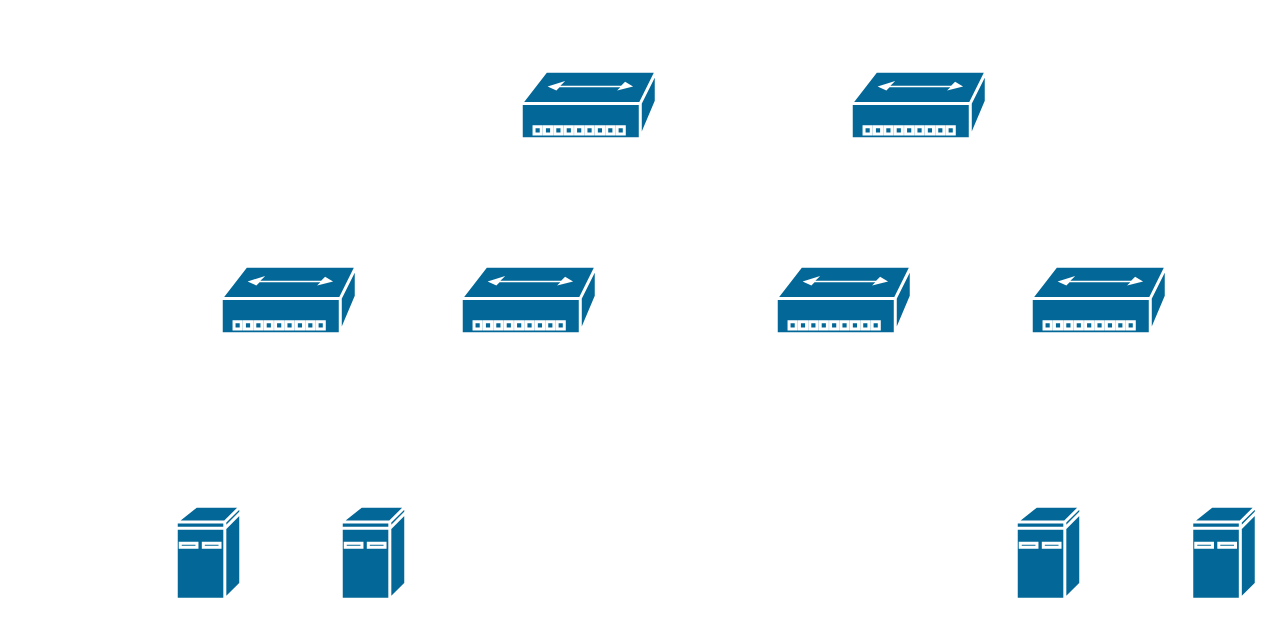
This is ib-h100.drawio from hel-2000/network-draw, a draw.io file, before an edit. Source tidied: cells renumbered, new cells numbered last; positions are measured from the earlier drawing's top-left corner, leaving out a move shared by most shapes. Both pictures are drawn from the tidied source at 150%, with x=0, y=0 at pixel (176, 70).
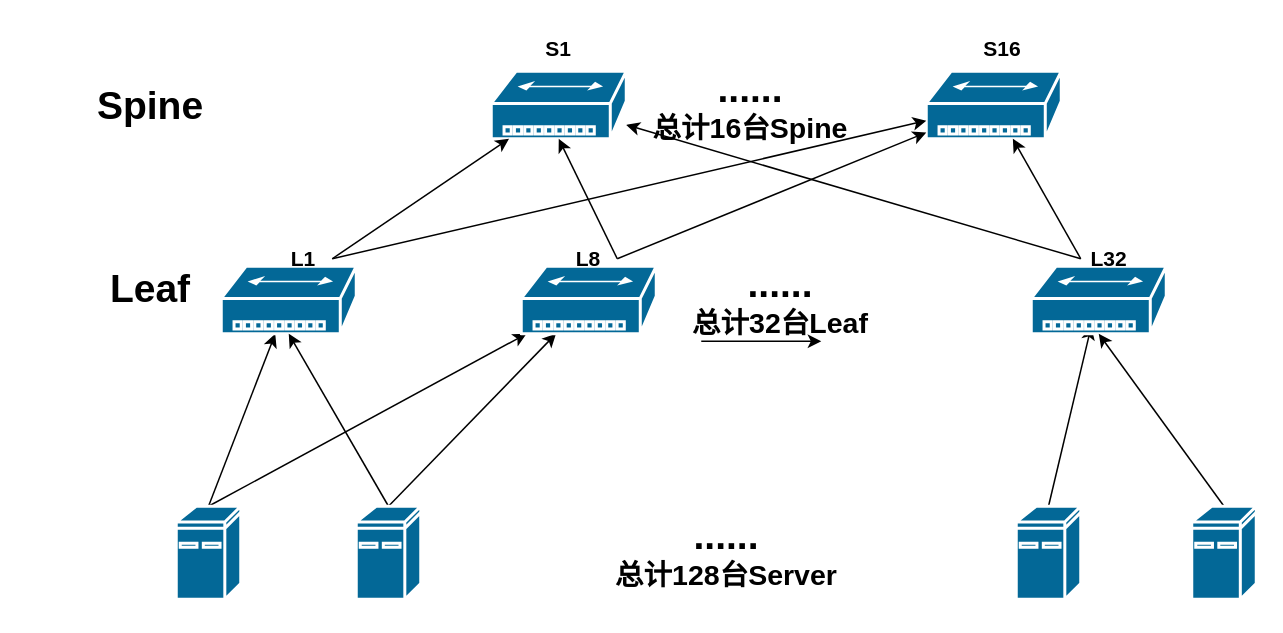
The same page after the edit.

Unchanged cells that the change refers to:
```xml
<mxCell id="2" style="shape=mxgraph.cisco.computers_and_peripherals.ibm_mini_as400;sketch=0;html=1;dashed=0;fillColor=#036897;strokeColor=#ffffff;strokeWidth=2;verticalLabelPosition=bottom;verticalAlign=top;align=center;outlineConnect=0;" parent="1" vertex="1">
  <mxGeometry y="290" width="43" height="62" as="geometry" />
</mxCell>
<mxCell id="3" style="shape=mxgraph.cisco.hubs_and_gateways.small_hub;sketch=0;html=1;dashed=0;fillColor=#036897;strokeColor=#ffffff;strokeWidth=2;verticalLabelPosition=bottom;verticalAlign=top;align=center;outlineConnect=0;" parent="1" vertex="1">
  <mxGeometry x="30" y="130" width="90" height="45" as="geometry" />
</mxCell>
<mxCell id="6" style="shape=mxgraph.cisco.computers_and_peripherals.ibm_mini_as400;sketch=0;html=1;dashed=0;fillColor=#036897;strokeColor=#ffffff;strokeWidth=2;verticalLabelPosition=bottom;verticalAlign=top;align=center;outlineConnect=0;" parent="1" vertex="1">
  <mxGeometry x="560" y="290" width="43" height="62" as="geometry" />
</mxCell>
<mxCell id="9" style="shape=mxgraph.cisco.hubs_and_gateways.small_hub;sketch=0;html=1;dashed=0;fillColor=#036897;strokeColor=#ffffff;strokeWidth=2;verticalLabelPosition=bottom;verticalAlign=top;align=center;outlineConnect=0;" parent="1" vertex="1">
  <mxGeometry x="570" y="130" width="90" height="45" as="geometry" />
</mxCell>
<mxCell id="11" style="shape=mxgraph.cisco.computers_and_peripherals.ibm_mini_as400;sketch=0;html=1;dashed=0;fillColor=#036897;strokeColor=#ffffff;strokeWidth=2;verticalLabelPosition=bottom;verticalAlign=top;align=center;outlineConnect=0;" parent="1" vertex="1">
  <mxGeometry x="677" y="290" width="43" height="62" as="geometry" />
</mxCell>
```

Diff of the diagram source:
```diff
@@
+    <mxCell id="12" style="rounded=0;jettySize=auto;html=1;exitX=0.5;exitY=0;exitDx=0;exitDy=0;exitPerimeter=0;entryX=1;entryY=1;entryDx=0;entryDy=0;" parent="1" edge="1" source="2" target="22">
+      <mxGeometry relative="1" as="geometry" />
+    </mxCell>
+    <mxCell id="13" style="rounded=0;jettySize=auto;html=1;exitX=0.5;exitY=0;exitDx=0;exitDy=0;exitPerimeter=0;" parent="1" edge="1" source="2" target="24">
+      <mxGeometry relative="1" as="geometry" />
+    </mxCell>
@@
-    <mxCell id="4" style="shape=mxgraph.cisco.hubs_and_gateways.small_hub;sketch=0;html=1;dashed=0;fillColor=#036897;strokeColor=#ffffff;strokeWidth=2;verticalLabelPosition=bottom;verticalAlign=top;align=center;" parent="1" vertex="1">
-      <mxGeometry x="190" y="130" width="90" height="45" as="geometry" />
-    </mxCell>
+    <mxCell id="14" style="rounded=0;jettySize=auto;html=1;exitX=0.5;exitY=0;exitDx=0;exitDy=0;exitPerimeter=0;entryX=0.5;entryY=1;entryDx=0;entryDy=0;entryPerimeter=0;" parent="1" edge="1" source="5" target="3">
+      <mxGeometry relative="1" as="geometry" />
+    </mxCell>
+    <mxCell id="15" style="rounded=0;jettySize=auto;html=1;exitX=0.5;exitY=0;exitDx=0;exitDy=0;exitPerimeter=0;" parent="1" edge="1" source="5" target="24">
+      <mxGeometry relative="1" as="geometry" />
+    </mxCell>
     <mxCell id="5" style="shape=mxgraph.cisco.computers_and_peripherals.ibm_mini_as400;sketch=0;html=1;dashed=0;fillColor=#036897;strokeColor=#ffffff;strokeWidth=2;verticalLabelPosition=bottom;verticalAlign=top;align=center;outlineConnect=0;" parent="1" vertex="1">
-      <mxGeometry x="110" y="290" width="43" height="62" as="geometry" />
+      <mxGeometry x="120" y="290" width="43" height="62" as="geometry" />
     </mxCell>
+    <mxCell id="16" style="rounded=0;jettySize=auto;html=1;exitX=0.5;exitY=0;exitDx=0;exitDy=0;exitPerimeter=0;" parent="1" edge="1" source="6">
+      <mxGeometry relative="1" as="geometry">
+        <mxPoint x="610" y="170" as="targetPoint" />
+      </mxGeometry>
+    </mxCell>
@@
-    <mxCell id="7" style="shape=mxgraph.cisco.hubs_and_gateways.small_hub;sketch=0;html=1;dashed=0;fillColor=#036897;strokeColor=#ffffff;strokeWidth=2;verticalLabelPosition=bottom;verticalAlign=top;align=center;" parent="1" vertex="1">
-      <mxGeometry x="400" y="130" width="90" height="45" as="geometry" />
-    </mxCell>
     <mxCell id="8" style="shape=mxgraph.cisco.hubs_and_gateways.small_hub;sketch=0;html=1;dashed=0;fillColor=#036897;strokeColor=#ffffff;strokeWidth=2;verticalLabelPosition=bottom;verticalAlign=top;align=center;outlineConnect=0;" parent="1" vertex="1">
-      <mxGeometry x="230" width="90" height="45" as="geometry" />
+      <mxGeometry x="210" width="90" height="45" as="geometry" />
     </mxCell>
@@
     <mxCell id="10" style="shape=mxgraph.cisco.hubs_and_gateways.small_hub;sketch=0;html=1;dashed=0;fillColor=#036897;strokeColor=#ffffff;strokeWidth=2;verticalLabelPosition=bottom;verticalAlign=top;align=center;outlineConnect=0;" parent="1" vertex="1">
-      <mxGeometry x="450" width="90" height="45" as="geometry" />
+      <mxGeometry x="500" width="90" height="45" as="geometry" />
     </mxCell>
+    <mxCell id="17" style="rounded=0;jettySize=auto;html=1;exitX=0.5;exitY=0;exitDx=0;exitDy=0;exitPerimeter=0;entryX=0.5;entryY=1;entryDx=0;entryDy=0;entryPerimeter=0;" parent="1" edge="1" source="11" target="9">
+      <mxGeometry relative="1" as="geometry" />
+    </mxCell>
@@
+    <mxCell id="18" value="&lt;b style=&quot;&quot;&gt;&lt;span style=&quot;font-size: 26px;&quot;&gt;......&lt;/span&gt;&lt;br&gt;&lt;font style=&quot;font-size: 19px;&quot;&gt;总计128台Server&lt;/font&gt;&lt;/b&gt;" style="text;strokeColor=none;align=center;fillColor=none;html=1;verticalAlign=middle;whiteSpace=wrap;rounded=0;" parent="1" vertex="1">
+      <mxGeometry x="244" y="284" width="246" height="74" as="geometry" />
+    </mxCell>
+    <mxCell id="19" value="&lt;b style=&quot;&quot;&gt;&lt;span style=&quot;font-size: 26px;&quot;&gt;......&lt;/span&gt;&lt;br&gt;&lt;font style=&quot;font-size: 19px;&quot;&gt;总计32台Leaf&lt;/font&gt;&lt;/b&gt;" style="text;strokeColor=none;align=center;fillColor=none;html=1;verticalAlign=middle;whiteSpace=wrap;rounded=0;" parent="1" vertex="1">
+      <mxGeometry x="280" y="115" width="246" height="75" as="geometry" />
+    </mxCell>
+    <mxCell id="20" value="&lt;b style=&quot;&quot;&gt;&lt;span style=&quot;font-size: 26px;&quot;&gt;......&lt;/span&gt;&lt;br&gt;&lt;font style=&quot;font-size: 19px;&quot;&gt;总计16台Spine&lt;/font&gt;&lt;/b&gt;" style="text;strokeColor=none;align=center;fillColor=none;html=1;verticalAlign=middle;whiteSpace=wrap;rounded=0;" parent="1" vertex="1">
+      <mxGeometry x="300" y="-7.5" width="166" height="60" as="geometry" />
+    </mxCell>
+    <mxCell id="21" value="&lt;span style=&quot;font-size: 26px;&quot;&gt;&lt;b&gt;Spine&lt;/b&gt;&lt;/span&gt;" style="text;strokeColor=none;align=center;fillColor=none;html=1;verticalAlign=middle;whiteSpace=wrap;rounded=0;" parent="1" vertex="1">
+      <mxGeometry x="-100" y="-7.5" width="166" height="60" as="geometry" />
+    </mxCell>
+    <mxCell id="22" value="&lt;span style=&quot;font-size: 26px;&quot;&gt;&lt;b&gt;Leaf&lt;/b&gt;&lt;/span&gt;" style="text;strokeColor=none;align=center;fillColor=none;html=1;verticalAlign=middle;whiteSpace=wrap;rounded=0;" parent="1" vertex="1">
+      <mxGeometry x="-100" y="115" width="166" height="60" as="geometry" />
+    </mxCell>
+    <mxCell id="23" style="edgeStyle=none;orthogonalLoop=1;jettySize=auto;html=1;rounded=0;" parent="1" edge="1">
+      <mxGeometry relative="1" as="geometry">
+        <mxPoint x="350" y="180" as="sourcePoint" />
+        <mxPoint x="430" y="180" as="targetPoint" />
+      </mxGeometry>
+    </mxCell>
+    <mxCell id="24" style="shape=mxgraph.cisco.hubs_and_gateways.small_hub;sketch=0;html=1;dashed=0;fillColor=#036897;strokeColor=#ffffff;strokeWidth=2;verticalLabelPosition=bottom;verticalAlign=top;align=center;outlineConnect=0;" parent="1" vertex="1">
+      <mxGeometry x="230" y="130" width="90" height="45" as="geometry" />
+    </mxCell>
+    <mxCell id="25" style="rounded=0;jettySize=auto;html=1;exitX=1;exitY=0.5;exitDx=0;exitDy=0;" parent="1" edge="1" source="27" target="8">
+      <mxGeometry relative="1" as="geometry" />
+    </mxCell>
+    <mxCell id="26" style="rounded=0;jettySize=auto;html=1;exitX=1;exitY=0.5;exitDx=0;exitDy=0;" parent="1" edge="1" source="27" target="10">
+      <mxGeometry relative="1" as="geometry" />
+    </mxCell>
+    <mxCell id="27" value="&lt;b style=&quot;&quot;&gt;&lt;font style=&quot;font-size: 14px;&quot;&gt;L1&lt;/font&gt;&lt;/b&gt;" style="text;strokeColor=none;align=center;fillColor=none;html=1;verticalAlign=middle;whiteSpace=wrap;rounded=0;" parent="1" vertex="1">
+      <mxGeometry x="66" y="110" width="38" height="30" as="geometry" />
+    </mxCell>
+    <mxCell id="28" style="rounded=0;jettySize=auto;html=1;exitX=1;exitY=0.5;exitDx=0;exitDy=0;entryX=0.5;entryY=1;entryDx=0;entryDy=0;entryPerimeter=0;" parent="1" edge="1" source="30" target="8">
+      <mxGeometry relative="1" as="geometry" />
+    </mxCell>
+    <mxCell id="29" style="rounded=0;jettySize=auto;html=1;exitX=1;exitY=0.5;exitDx=0;exitDy=0;" parent="1" edge="1" source="30" target="10">
+      <mxGeometry relative="1" as="geometry" />
+    </mxCell>
+    <mxCell id="30" value="&lt;b style=&quot;&quot;&gt;&lt;font style=&quot;font-size: 14px;&quot;&gt;L8&lt;/font&gt;&lt;/b&gt;" style="text;strokeColor=none;align=center;fillColor=none;html=1;verticalAlign=middle;whiteSpace=wrap;rounded=0;" parent="1" vertex="1">
+      <mxGeometry x="256" y="110" width="38" height="30" as="geometry" />
+    </mxCell>
+    <mxCell id="31" style="rounded=0;jettySize=auto;html=1;exitX=0;exitY=0.5;exitDx=0;exitDy=0;" parent="1" edge="1" source="33" target="10">
+      <mxGeometry relative="1" as="geometry" />
+    </mxCell>
+    <mxCell id="32" style="rounded=0;jettySize=auto;html=1;exitX=0;exitY=0.5;exitDx=0;exitDy=0;" parent="1" edge="1" source="33" target="8">
+      <mxGeometry relative="1" as="geometry" />
+    </mxCell>
+    <mxCell id="33" value="&lt;b style=&quot;&quot;&gt;&lt;font style=&quot;font-size: 14px;&quot;&gt;L32&lt;/font&gt;&lt;/b&gt;" style="text;strokeColor=none;align=center;fillColor=none;html=1;verticalAlign=middle;whiteSpace=wrap;rounded=0;" parent="1" vertex="1">
+      <mxGeometry x="603" y="110" width="38" height="30" as="geometry" />
+    </mxCell>
+    <mxCell id="34" value="&lt;span style=&quot;font-size: 14px;&quot;&gt;&lt;b&gt;S1&lt;/b&gt;&lt;/span&gt;" style="text;strokeColor=none;align=center;fillColor=none;html=1;verticalAlign=middle;whiteSpace=wrap;rounded=0;" parent="1" vertex="1">
+      <mxGeometry x="236" y="-30" width="38" height="30" as="geometry" />
+    </mxCell>
+    <mxCell id="35" value="&lt;span style=&quot;font-size: 14px;&quot;&gt;&lt;b&gt;S16&lt;/b&gt;&lt;/span&gt;" style="text;strokeColor=none;align=center;fillColor=none;html=1;verticalAlign=middle;whiteSpace=wrap;rounded=0;" parent="1" vertex="1">
+      <mxGeometry x="532" y="-30" width="38" height="30" as="geometry" />
+    </mxCell>
```
